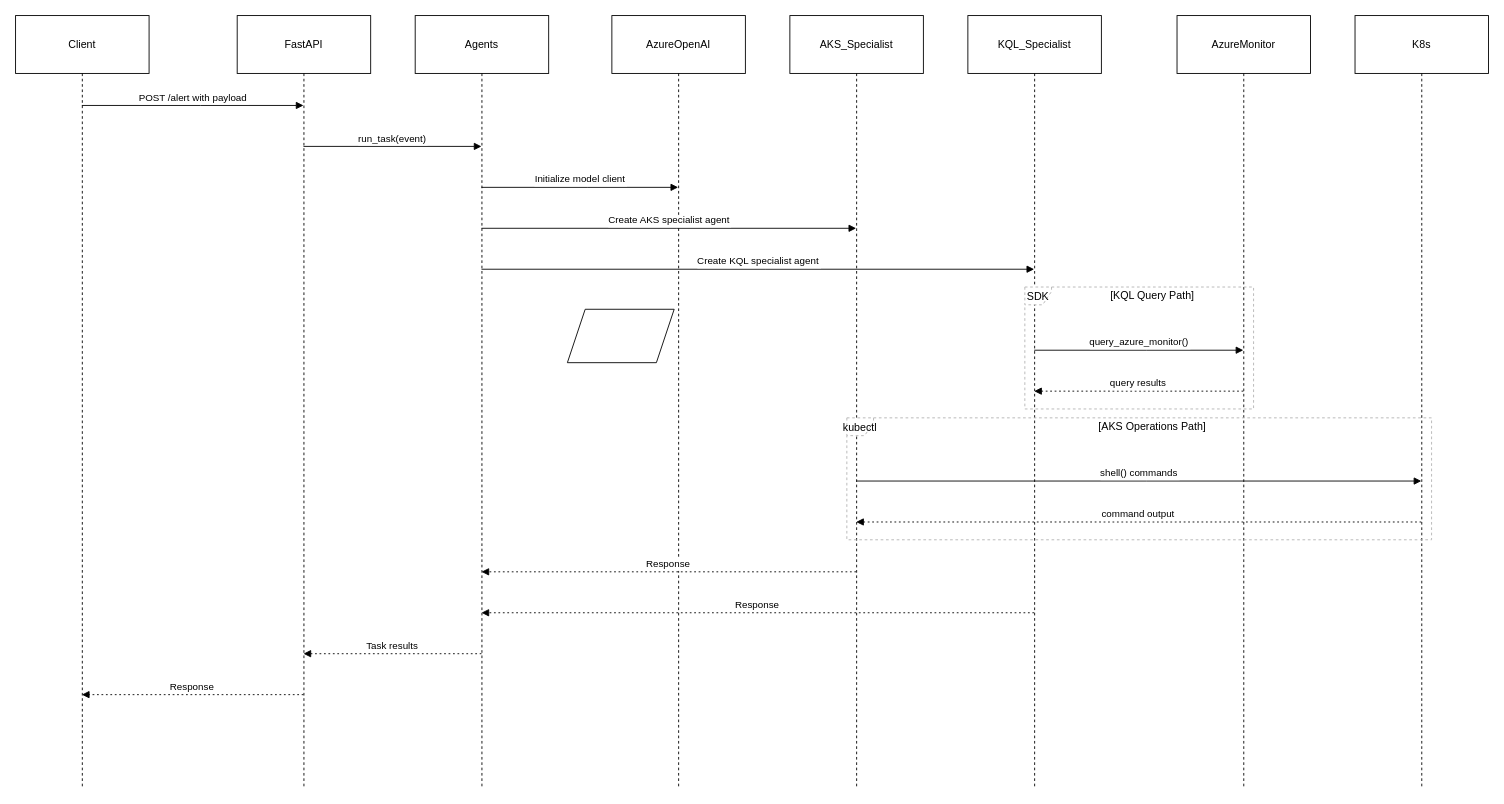
Before: page "mas_sequence_diagram" (2 of 2) of media/architecture.drawio in deividfoggi/agentic-aiops-autogen, a draw.io diagram. Source tidied: cells renumbered, new cells numbered last; positions are measured from the earlier drawing's top-left corner, leaving out a move shared by most shapes. Both pictures are drawn from the tidied source at 89%, with x=0, y=0 at pixel (15, 15).
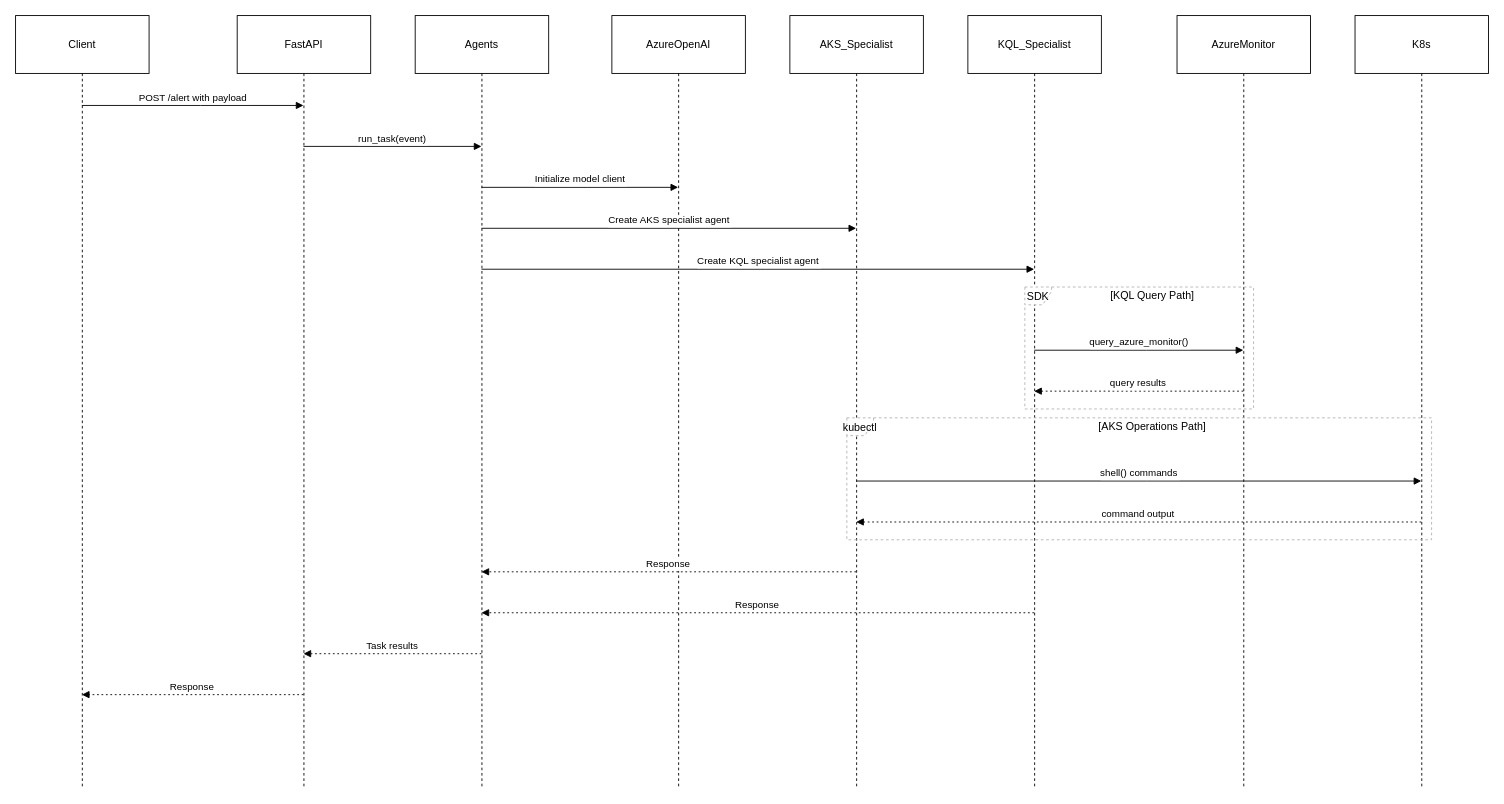
The same page after the edit.

Diff of the diagram source:
```diff
@@
-    <mxCell id="27" style="shape=parallelogram;perimeter=parallelogramPerimeter;whiteSpace=wrap;html=1;fixedSize=1;" parent="1" vertex="1">
-      <mxGeometry x="620" y="330" width="120" height="60" as="geometry" />
-    </mxCell>
```
